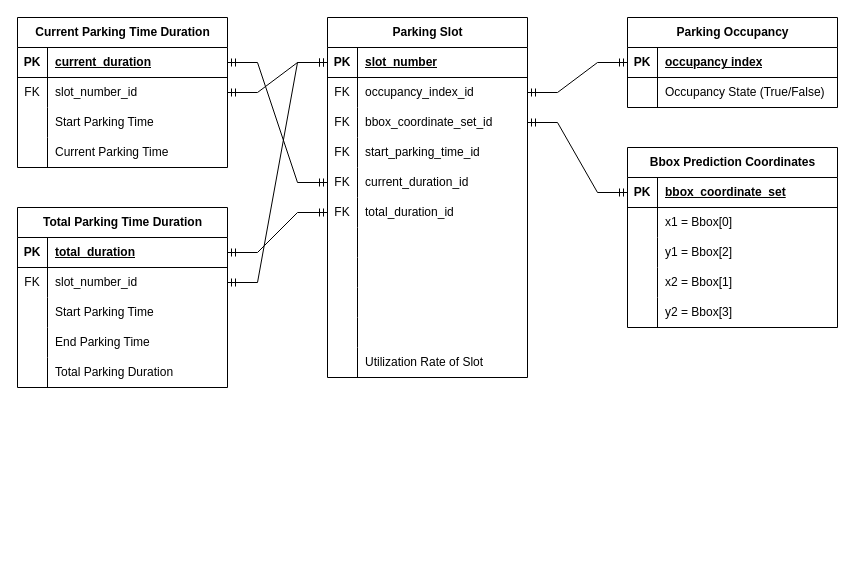
This is sql_schema_draft.drawio from j-coching/Parking-Management-BIM-Expt, a draw.io file, before an edit. Source tidied: cells renumbered, new cells numbered last; positions are measured from the earlier drawing's top-left corner, leaving out a move shared by most shapes. Both pictures are drawn from the tidied source at 100%, with x=0, y=0 at pixel (17, 17).
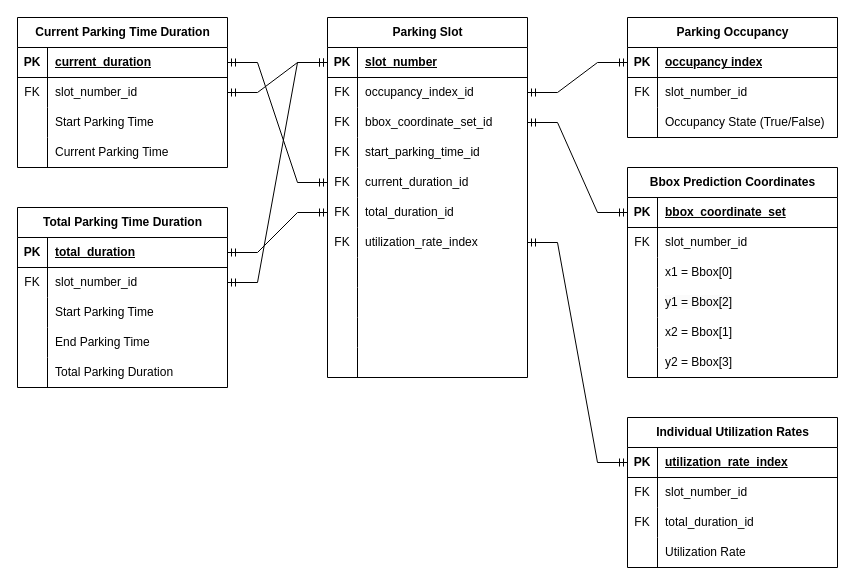
The same diagram, later.

Unchanged cells that the change refers to:
```xml
<mxCell id="21" style="shape=tableRow;horizontal=0;startSize=0;swimlaneHead=0;swimlaneBody=0;fillColor=none;points=[[0,0.5],[1,0.5]];portConstraint=eastwest;top=0;left=0;right=0;bottom=0;" parent="2" vertex="1">
  <mxGeometry y="210" width="200" height="30" as="geometry" />
</mxCell>
<mxCell id="33" style="shape=tableRow;horizontal=0;startSize=0;swimlaneHead=0;swimlaneBody=0;fillColor=none;top=0;left=0;right=0;bottom=0;" parent="2" vertex="1">
  <mxGeometry y="330" width="200" height="30" as="geometry" />
</mxCell>
<mxCell id="41" style="shape=tableRow;horizontal=0;startSize=0;swimlaneHead=0;swimlaneBody=0;fillColor=none;top=0;left=0;right=0;bottom=0;" parent="37" vertex="1">
  <mxGeometry y="60" width="210" height="30" as="geometry" />
</mxCell>
<mxCell id="48" style="shape=tableRow;horizontal=0;startSize=0;swimlaneHead=0;swimlaneBody=0;fillColor=none;top=0;left=0;right=0;bottom=0;" parent="44" vertex="1">
  <mxGeometry y="60" width="210" height="30" as="geometry" />
</mxCell>
<mxCell id="51" style="shape=tableRow;horizontal=0;startSize=0;swimlaneHead=0;swimlaneBody=0;fillColor=none;top=0;left=0;right=0;bottom=0;" parent="44" vertex="1">
  <mxGeometry y="90" width="210" height="30" as="geometry" />
</mxCell>
<mxCell id="54" style="shape=tableRow;horizontal=0;startSize=0;swimlaneHead=0;swimlaneBody=0;fillColor=none;top=0;left=0;right=0;bottom=0;" parent="44" vertex="1">
  <mxGeometry y="120" width="210" height="30" as="geometry" />
</mxCell>
<mxCell id="57" style="shape=tableRow;horizontal=0;startSize=0;swimlaneHead=0;swimlaneBody=0;fillColor=none;top=0;left=0;right=0;bottom=0;" parent="44" vertex="1">
  <mxGeometry y="150" width="210" height="30" as="geometry" />
</mxCell>
```

Diff of the diagram source:
```diff
@@
-    <mxCell id="22" style="shape=partialRectangle;fillColor=none;top=0;left=0;bottom=0;right=0;overflow=hidden;whiteSpace=wrap;html=1;" parent="21" vertex="1">
+    <mxCell id="22" value="FK" style="shape=partialRectangle;fillColor=none;top=0;left=0;bottom=0;right=0;overflow=hidden;whiteSpace=wrap;html=1;" parent="21" vertex="1">
       <mxGeometry width="30" height="30" as="geometry" />
     </mxCell>
-    <mxCell id="23" style="shape=partialRectangle;fillColor=none;top=0;left=0;bottom=0;right=0;align=left;spacingLeft=6;overflow=hidden;whiteSpace=wrap;html=1;" parent="21" vertex="1">
+    <mxCell id="23" value="utilization_rate_index" style="shape=partialRectangle;fillColor=none;top=0;left=0;bottom=0;right=0;align=left;spacingLeft=6;overflow=hidden;whiteSpace=wrap;html=1;" parent="21" vertex="1">
       <mxGeometry x="30" width="170" height="30" as="geometry" />
     </mxCell>
@@
-    <mxCell id="35" value="Utilization Rate of Slot" style="shape=partialRectangle;fillColor=none;top=0;left=0;bottom=0;right=0;align=left;spacingLeft=6;overflow=hidden;whiteSpace=wrap;html=1;" parent="33" vertex="1">
+    <mxCell id="35" style="shape=partialRectangle;fillColor=none;top=0;left=0;bottom=0;right=0;align=left;spacingLeft=6;overflow=hidden;whiteSpace=wrap;html=1;" parent="33" vertex="1">
       <mxGeometry x="30" width="170" height="30" as="geometry" />
     </mxCell>
@@
     <mxCell id="37" value="Parking Occupancy" style="shape=table;startSize=30;childLayout=tableLayout;rowLines=0;fontStyle=1;align=center;html=1;" parent="1" vertex="1">
-      <mxGeometry x="610" width="210" height="90" as="geometry" />
+      <mxGeometry x="610" width="210" height="120" as="geometry" />
     </mxCell>
@@
-    <mxCell id="42" style="shape=partialRectangle;fillColor=none;top=0;left=0;bottom=0;right=0;overflow=hidden;whiteSpace=wrap;html=1;" parent="41" vertex="1">
+    <mxCell id="42" value="FK" style="shape=partialRectangle;fillColor=none;top=0;left=0;bottom=0;right=0;overflow=hidden;whiteSpace=wrap;html=1;" parent="41" vertex="1">
       <mxGeometry width="30" height="30" as="geometry" />
     </mxCell>
-    <mxCell id="43" value="Occupancy State (True/False)" style="shape=partialRectangle;fillColor=none;top=0;left=0;bottom=0;right=0;align=left;spacingLeft=6;overflow=hidden;whiteSpace=wrap;html=1;" parent="41" vertex="1">
+    <mxCell id="43" value="slot_number_id" style="shape=partialRectangle;fillColor=none;top=0;left=0;bottom=0;right=0;align=left;spacingLeft=6;overflow=hidden;whiteSpace=wrap;html=1;" parent="41" vertex="1">
       <mxGeometry x="30" width="180" height="30" as="geometry" />
     </mxCell>
+    <mxCell id="94" style="shape=tableRow;horizontal=0;startSize=0;swimlaneHead=0;swimlaneBody=0;fillColor=none;top=0;left=0;right=0;bottom=0;" parent="37" vertex="1">
+      <mxGeometry y="90" width="210" height="30" as="geometry" />
+    </mxCell>
+    <mxCell id="95" style="shape=partialRectangle;fillColor=none;top=0;left=0;bottom=0;right=0;overflow=hidden;whiteSpace=wrap;html=1;" parent="94" vertex="1">
+      <mxGeometry width="30" height="30" as="geometry" />
+    </mxCell>
+    <mxCell id="96" value="Occupancy State (True/False)" style="shape=partialRectangle;fillColor=none;top=0;left=0;bottom=0;right=0;align=left;spacingLeft=6;overflow=hidden;whiteSpace=wrap;html=1;" parent="94" vertex="1">
+      <mxGeometry x="30" width="180" height="30" as="geometry" />
+    </mxCell>
     <mxCell id="44" value="Bbox Prediction Coordinates" style="shape=table;startSize=30;childLayout=tableLayout;rowLines=0;fontStyle=1;align=center;html=1;" parent="1" vertex="1">
-      <mxGeometry x="610" y="130" width="210" height="180" as="geometry" />
+      <mxGeometry x="610" y="150" width="210" height="210" as="geometry" />
     </mxCell>
@@
-    <mxCell id="49" style="shape=partialRectangle;fillColor=none;top=0;left=0;bottom=0;right=0;overflow=hidden;whiteSpace=wrap;html=1;" parent="48" vertex="1">
+    <mxCell id="49" value="FK" style="shape=partialRectangle;fillColor=none;top=0;left=0;bottom=0;right=0;overflow=hidden;whiteSpace=wrap;html=1;" parent="48" vertex="1">
       <mxGeometry width="30" height="30" as="geometry" />
     </mxCell>
-    <mxCell id="50" value="x1 = Bbox[0]" style="shape=partialRectangle;fillColor=none;top=0;left=0;bottom=0;right=0;align=left;spacingLeft=6;overflow=hidden;whiteSpace=wrap;html=1;" parent="48" vertex="1">
+    <mxCell id="50" value="slot_number_id" style="shape=partialRectangle;fillColor=none;top=0;left=0;bottom=0;right=0;align=left;spacingLeft=6;overflow=hidden;whiteSpace=wrap;html=1;" parent="48" vertex="1">
       <mxGeometry x="30" width="180" height="30" as="geometry" />
     </mxCell>
@@
-    <mxCell id="53" value="y1 = Bbox[2]" style="shape=partialRectangle;fillColor=none;top=0;left=0;bottom=0;right=0;align=left;spacingLeft=6;overflow=hidden;whiteSpace=wrap;html=1;" parent="51" vertex="1">
+    <mxCell id="53" value="x1 = Bbox[0]" style="shape=partialRectangle;fillColor=none;top=0;left=0;bottom=0;right=0;align=left;spacingLeft=6;overflow=hidden;whiteSpace=wrap;html=1;" parent="51" vertex="1">
       <mxGeometry x="30" width="180" height="30" as="geometry" />
     </mxCell>
@@
-    <mxCell id="56" value="x2 = Bbox[1]" style="shape=partialRectangle;fillColor=none;top=0;left=0;bottom=0;right=0;align=left;spacingLeft=6;overflow=hidden;whiteSpace=wrap;html=1;" parent="54" vertex="1">
+    <mxCell id="56" value="&lt;span style=&quot;color: rgb(0, 0, 0); font-family: Helvetica; font-size: 12px; font-style: normal; font-variant-ligatures: normal; font-variant-caps: normal; font-weight: 400; letter-spacing: normal; orphans: 2; text-align: left; text-indent: 0px; text-transform: none; widows: 2; word-spacing: 0px; -webkit-text-stroke-width: 0px; background-color: rgb(251, 251, 251); text-decoration-thickness: initial; text-decoration-style: initial; text-decoration-color: initial; float: none; display: inline !important;&quot;&gt;y1 = Bbox[2]&lt;/span&gt;" style="shape=partialRectangle;fillColor=none;top=0;left=0;bottom=0;right=0;align=left;spacingLeft=6;overflow=hidden;whiteSpace=wrap;html=1;" parent="54" vertex="1">
       <mxGeometry x="30" width="180" height="30" as="geometry" />
     </mxCell>
@@
-    <mxCell id="59" value="y2 = Bbox[3]" style="shape=partialRectangle;fillColor=none;top=0;left=0;bottom=0;right=0;align=left;spacingLeft=6;overflow=hidden;whiteSpace=wrap;html=1;" parent="57" vertex="1">
+    <mxCell id="59" value="x2 = Bbox[1]" style="shape=partialRectangle;fillColor=none;top=0;left=0;bottom=0;right=0;align=left;spacingLeft=6;overflow=hidden;whiteSpace=wrap;html=1;" parent="57" vertex="1">
       <mxGeometry x="30" width="180" height="30" as="geometry" />
     </mxCell>
+    <mxCell id="97" style="shape=tableRow;horizontal=0;startSize=0;swimlaneHead=0;swimlaneBody=0;fillColor=none;top=0;left=0;right=0;bottom=0;" parent="44" vertex="1">
+      <mxGeometry y="180" width="210" height="30" as="geometry" />
+    </mxCell>
+    <mxCell id="98" style="shape=partialRectangle;fillColor=none;top=0;left=0;bottom=0;right=0;overflow=hidden;whiteSpace=wrap;html=1;" parent="97" vertex="1">
+      <mxGeometry width="30" height="30" as="geometry" />
+    </mxCell>
+    <mxCell id="99" value="y2 = Bbox[3]" style="shape=partialRectangle;fillColor=none;top=0;left=0;bottom=0;right=0;align=left;spacingLeft=6;overflow=hidden;whiteSpace=wrap;html=1;" parent="97" vertex="1">
+      <mxGeometry x="30" width="180" height="30" as="geometry" />
+    </mxCell>
@@
+    <mxCell id="100" value="Individual Utilization Rates" style="shape=table;startSize=30;childLayout=tableLayout;rowLines=0;fontStyle=1;align=center;html=1;" parent="1" vertex="1">
+      <mxGeometry x="610" y="400" width="210" height="150" as="geometry" />
+    </mxCell>
+    <mxCell id="101" style="shape=tableRow;horizontal=0;startSize=0;swimlaneHead=0;swimlaneBody=0;fillColor=none;points=[[0,0.5],[1,0.5]];portConstraint=eastwest;top=0;left=0;right=0;bottom=1;" parent="100" vertex="1">
+      <mxGeometry y="30" width="210" height="30" as="geometry" />
+    </mxCell>
+    <mxCell id="102" value="PK" style="shape=partialRectangle;fillColor=none;top=0;left=0;bottom=0;right=0;fontStyle=1;overflow=hidden;whiteSpace=wrap;html=1;" parent="101" vertex="1">
+      <mxGeometry width="30" height="30" as="geometry" />
+    </mxCell>
+    <mxCell id="103" value="utilization_rate_index" style="shape=partialRectangle;fillColor=none;top=0;left=0;bottom=0;right=0;align=left;spacingLeft=6;fontStyle=5;overflow=hidden;whiteSpace=wrap;html=1;" parent="101" vertex="1">
+      <mxGeometry x="30" width="180" height="30" as="geometry" />
+    </mxCell>
+    <mxCell id="104" style="shape=tableRow;horizontal=0;startSize=0;swimlaneHead=0;swimlaneBody=0;fillColor=none;top=0;left=0;right=0;bottom=0;" parent="100" vertex="1">
+      <mxGeometry y="60" width="210" height="30" as="geometry" />
+    </mxCell>
+    <mxCell id="105" value="FK" style="shape=partialRectangle;fillColor=none;top=0;left=0;bottom=0;right=0;overflow=hidden;whiteSpace=wrap;html=1;" parent="104" vertex="1">
+      <mxGeometry width="30" height="30" as="geometry" />
+    </mxCell>
+    <mxCell id="106" value="slot_number_id" style="shape=partialRectangle;fillColor=none;top=0;left=0;bottom=0;right=0;align=left;spacingLeft=6;overflow=hidden;whiteSpace=wrap;html=1;" parent="104" vertex="1">
+      <mxGeometry x="30" width="180" height="30" as="geometry" />
+    </mxCell>
+    <mxCell id="107" style="shape=tableRow;horizontal=0;startSize=0;swimlaneHead=0;swimlaneBody=0;fillColor=none;top=0;left=0;right=0;bottom=0;" parent="100" vertex="1">
+      <mxGeometry y="90" width="210" height="30" as="geometry" />
+    </mxCell>
+    <mxCell id="108" value="FK" style="shape=partialRectangle;fillColor=none;top=0;left=0;bottom=0;right=0;overflow=hidden;whiteSpace=wrap;html=1;" parent="107" vertex="1">
+      <mxGeometry width="30" height="30" as="geometry" />
+    </mxCell>
+    <mxCell id="109" value="total_duration_id" style="shape=partialRectangle;fillColor=none;top=0;left=0;bottom=0;right=0;align=left;spacingLeft=6;overflow=hidden;whiteSpace=wrap;html=1;" parent="107" vertex="1">
+      <mxGeometry x="30" width="180" height="30" as="geometry" />
+    </mxCell>
+    <mxCell id="110" style="shape=tableRow;horizontal=0;startSize=0;swimlaneHead=0;swimlaneBody=0;fillColor=none;top=0;left=0;right=0;bottom=0;" parent="100" vertex="1">
+      <mxGeometry y="120" width="210" height="30" as="geometry" />
+    </mxCell>
+    <mxCell id="111" style="shape=partialRectangle;fillColor=none;top=0;left=0;bottom=0;right=0;overflow=hidden;whiteSpace=wrap;html=1;" parent="110" vertex="1">
+      <mxGeometry width="30" height="30" as="geometry" />
+    </mxCell>
+    <mxCell id="112" value="Utilization Rate" style="shape=partialRectangle;fillColor=none;top=0;left=0;bottom=0;right=0;align=left;spacingLeft=6;overflow=hidden;whiteSpace=wrap;html=1;" parent="110" vertex="1">
+      <mxGeometry x="30" width="180" height="30" as="geometry" />
+    </mxCell>
+    <mxCell id="113" style="edgeStyle=entityRelationEdgeStyle;fontSize=12;html=1;endArrow=ERmandOne;startArrow=ERmandOne;rounded=0;exitX=1;exitY=0.5;exitDx=0;exitDy=0;entryX=0;entryY=0.5;entryDx=0;entryDy=0;" parent="1" edge="1" source="21" target="101">
+      <mxGeometry relative="1" as="geometry" />
+    </mxCell>
```
